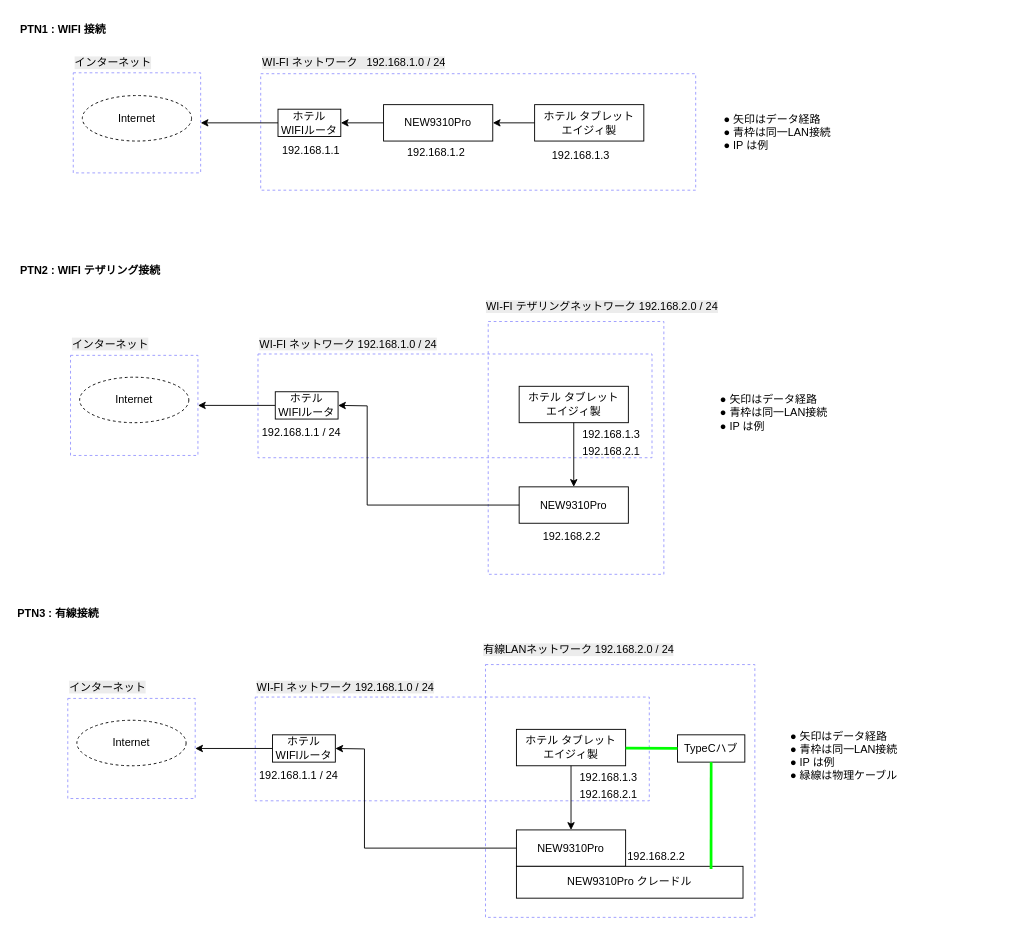
Earlier version of the draw.io diagram page "構成" (1 of 2) of terminal-api/obj/protect-structure.drawio (kyoshizawa/kywiki). Source tidied: cells renumbered, new cells numbered last; positions are measured from the earlier drawing's top-left corner, leaving out a move shared by most shapes. Both pictures are drawn from the tidied source at 91%, with x=0, y=0 at pixel (15, 15).
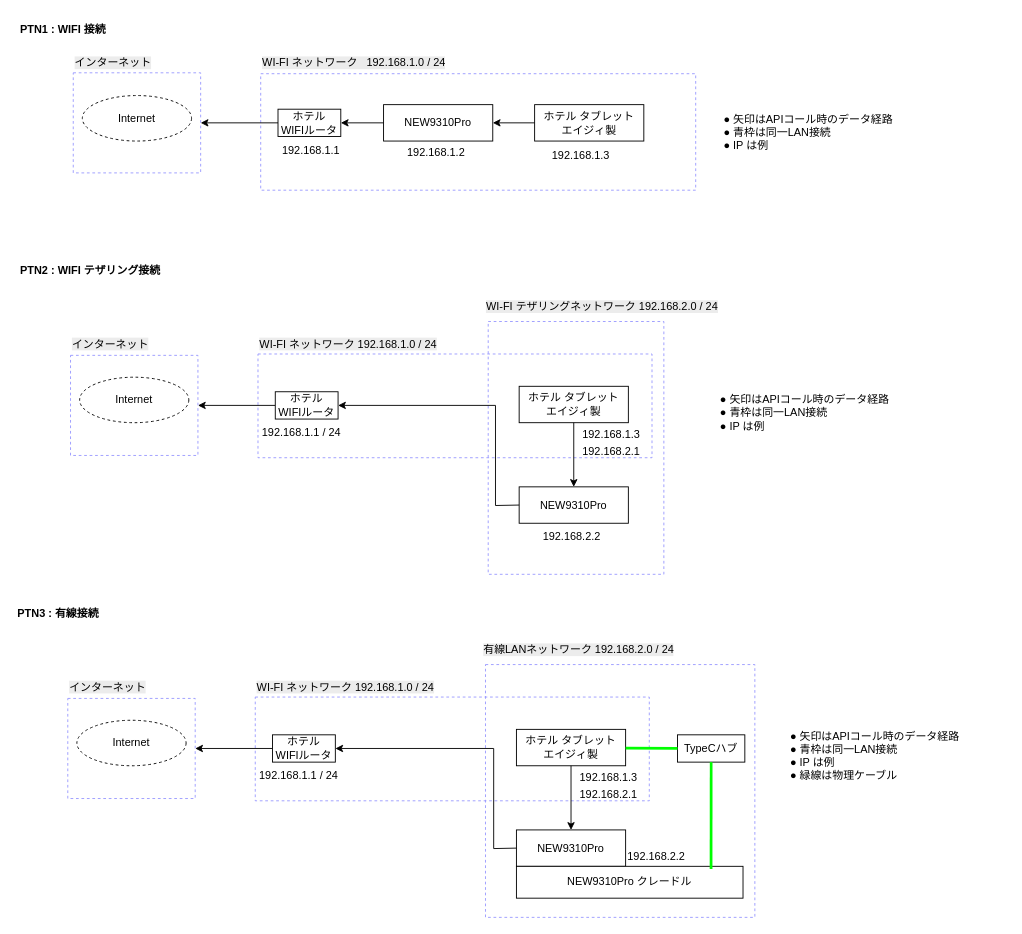
The same page after the edit.

The change refers to these unchanged cells:
```xml
<mxCell id="20" value="NEW9310Pro" style="rounded=0;whiteSpace=wrap;html=1;" parent="1" vertex="1">
  <mxGeometry x="553" y="517.5" width="120" height="40" as="geometry" />
</mxCell>
<mxCell id="26" value="ホテル&lt;div&gt;WIFIルータ&lt;/div&gt;" style="rounded=0;whiteSpace=wrap;html=1;" parent="1" vertex="1">
  <mxGeometry x="285" y="413" width="69" height="30" as="geometry" />
</mxCell>
<mxCell id="39" value="NEW9310Pro" style="rounded=0;whiteSpace=wrap;html=1;" parent="1" vertex="1">
  <mxGeometry x="550" y="894.5" width="120" height="40" as="geometry" />
</mxCell>
<mxCell id="45" value="ホテル&lt;div&gt;WIFIルータ&lt;/div&gt;" style="rounded=0;whiteSpace=wrap;html=1;" parent="1" vertex="1">
  <mxGeometry x="282" y="790" width="69" height="30" as="geometry" />
</mxCell>
```

The edit, as a diff of the source:
```diff
@@
-    <mxCell id="15" value="● 矢印はデータ経路&lt;div&gt;● 青枠は同一LAN接続&lt;/div&gt;&lt;div&gt;● IP は例&lt;/div&gt;" style="text;html=1;align=left;verticalAlign=middle;whiteSpace=wrap;rounded=0;" parent="1" vertex="1">
-      <mxGeometry x="776" y="96.5" width="189" height="62" as="geometry" />
+    <mxCell id="15" value="● 矢印はAPIコール時のデータ経路&lt;div&gt;● 青枠は同一LAN接続&lt;/div&gt;&lt;div&gt;● IP は例&lt;/div&gt;" style="text;html=1;align=left;verticalAlign=middle;whiteSpace=wrap;rounded=0;" parent="1" vertex="1">
+      <mxGeometry x="776" y="96.5" width="233" height="62" as="geometry" />
     </mxCell>
@@
-    <mxCell id="29" value="● 矢印はデータ経路&lt;div&gt;● 青枠は同一LAN接続&lt;/div&gt;&lt;div&gt;● IP は例&lt;/div&gt;" style="text;html=1;align=left;verticalAlign=middle;whiteSpace=wrap;rounded=0;" parent="1" vertex="1">
-      <mxGeometry x="772" y="404.5" width="189" height="62" as="geometry" />
+    <mxCell id="29" value="● 矢印はAPIコール時のデータ経路&lt;div&gt;&lt;div&gt;● 青枠は同一LAN接続&lt;/div&gt;&lt;div&gt;● IP は例&lt;/div&gt;&lt;/div&gt;" style="text;html=1;align=left;verticalAlign=middle;whiteSpace=wrap;rounded=0;" parent="1" vertex="1">
+      <mxGeometry x="772" y="404.5" width="230" height="62" as="geometry" />
     </mxCell>
@@
     <mxCell id="36" style="endArrow=classic;html=1;rounded=0;exitX=0;exitY=0.5;exitDx=0;exitDy=0;entryX=1;entryY=0.5;entryDx=0;entryDy=0;" parent="1" edge="1" source="20" target="26">
       <mxGeometry relative="1" as="geometry">
         <Array as="points">
-          <mxPoint x="386" y="537.5" />
-          <mxPoint x="386" y="428.5" />
+          <mxPoint x="527" y="538" />
+          <mxPoint x="527" y="428" />
         </Array>
       </mxGeometry>
     </mxCell>
@@
-    <mxCell id="48" value="● 矢印はデータ経路&lt;div&gt;● 青枠は同一LAN接続&lt;/div&gt;&lt;div&gt;● IP は例&lt;/div&gt;&lt;div&gt;● 緑線は物理ケーブル&lt;/div&gt;" style="text;html=1;align=left;verticalAlign=middle;whiteSpace=wrap;rounded=0;" parent="1" vertex="1">
-      <mxGeometry x="849" y="781.5" width="189" height="62" as="geometry" />
+    <mxCell id="48" value="● 矢印はAPIコール時のデータ経路&lt;div&gt;&lt;div&gt;● 青枠は同一LAN接続&lt;/div&gt;&lt;div&gt;● IP は例&lt;/div&gt;&lt;div&gt;● 緑線は物理ケーブル&lt;/div&gt;&lt;/div&gt;" style="text;html=1;align=left;verticalAlign=middle;whiteSpace=wrap;rounded=0;" parent="1" vertex="1">
+      <mxGeometry x="849" y="781.5" width="240" height="62" as="geometry" />
     </mxCell>
@@
     <mxCell id="55" style="endArrow=classic;html=1;rounded=0;exitX=0;exitY=0.5;exitDx=0;exitDy=0;entryX=1;entryY=0.5;entryDx=0;entryDy=0;" parent="1" edge="1" source="39" target="45">
       <mxGeometry relative="1" as="geometry">
         <Array as="points">
-          <mxPoint x="383" y="914.5" />
-          <mxPoint x="383" y="805.5" />
+          <mxPoint x="525" y="915" />
+          <mxPoint x="525" y="805" />
         </Array>
       </mxGeometry>
     </mxCell>
```
